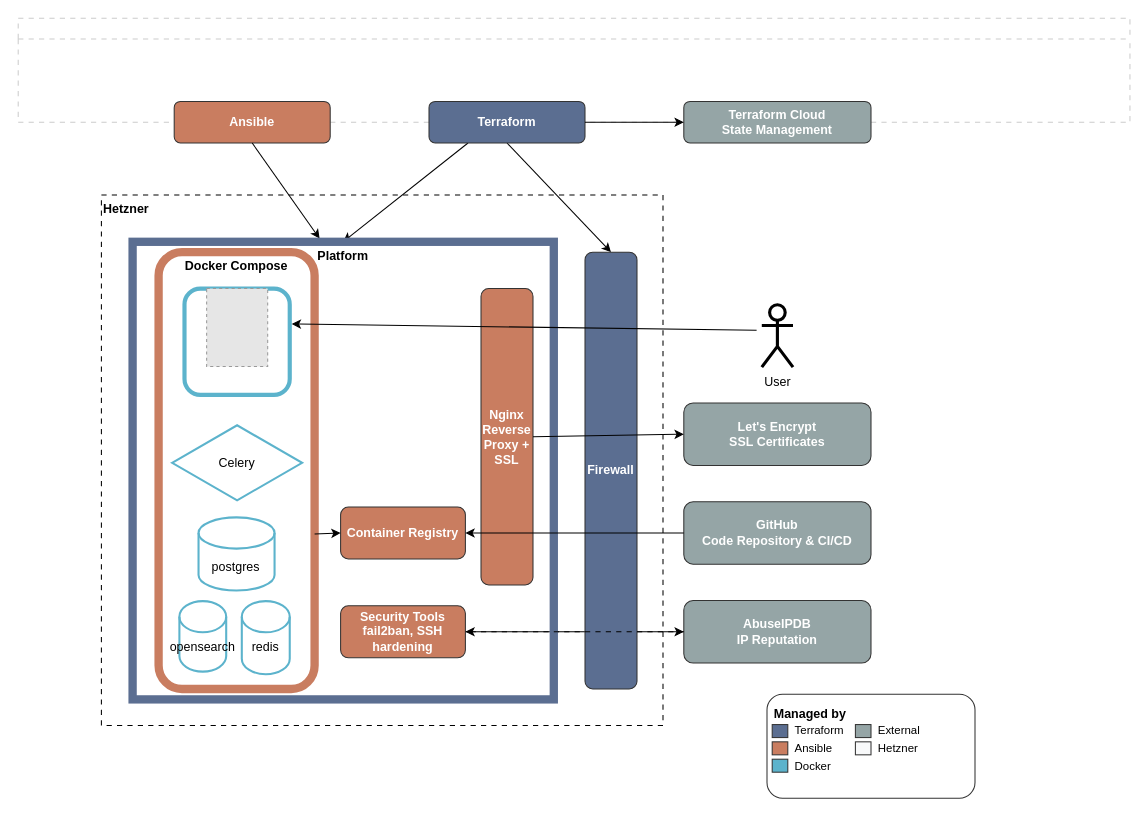
The draw.io diagram docs/architecture.drawio in rednaw/iac, before the edit. Source tidied: cells renumbered, new cells numbered last; positions are measured from the earlier drawing's top-left corner, leaving out a move shared by most shapes. Both pictures are drawn from the tidied source at 104%, with x=0, y=0 at pixel (18, 18). Pictures stored in the file or linked from it are replaced by grey dashed boxes.
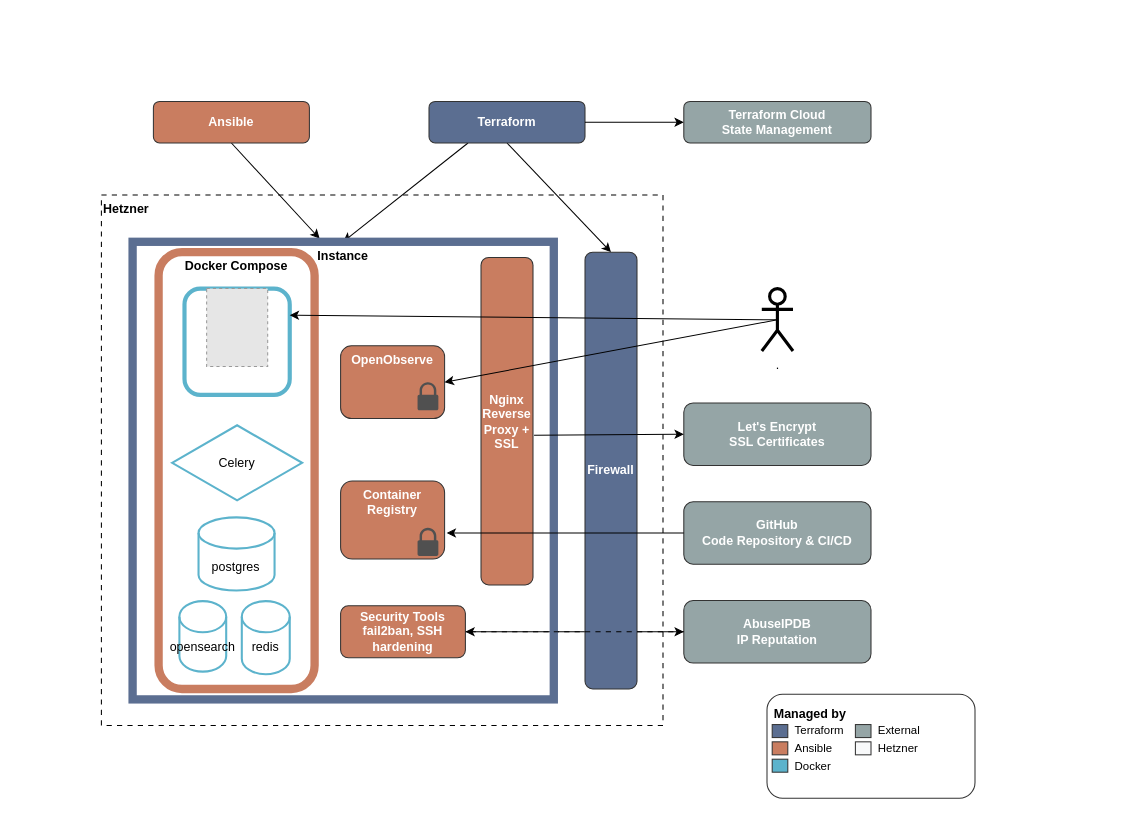
Above is the later version.

The change refers to these unchanged cells:
```xml
<mxCell id="9" value="Let's Encrypt&#10;SSL Certificates" style="rounded=1;whiteSpace=wrap;html=1;fillColor=#95A5A6;strokeColor=#333333;fontColor=#FFFFFF;fontStyle=1;" parent="1" vertex="1">
  <mxGeometry x="640" y="370" width="180" height="60" as="geometry" />
</mxCell>
<mxCell id="12" value="GitHub&#10;Code Repository &amp; CI/CD" style="rounded=1;whiteSpace=wrap;html=1;fillColor=#95A5A6;strokeColor=#333333;fontColor=#FFFFFF;fontStyle=1;" parent="1" vertex="1">
  <mxGeometry x="640" y="465" width="180" height="60" as="geometry" />
</mxCell>
<mxCell id="17" value="Docker Compose" style="rounded=1;whiteSpace=wrap;html=1;fillColor=none;strokeColor=#C97D60;fontStyle=1;strokeWidth=8;fontColor=#000000;startSize=0;horizontal=1;verticalAlign=top;" parent="16" vertex="1">
  <mxGeometry x="25" y="10" width="150" height="420" as="geometry" />
</mxCell>
<mxCell id="23" style="rounded=1;whiteSpace=wrap;html=1;fillColor=none;strokeColor=#5CB3CC;strokeWidth=4;fontColor=#FFFFFF;fontStyle=1;" parent="22" vertex="1">
  <mxGeometry width="101.2" height="102.2" as="geometry" />
</mxCell>
```

Diff of the diagram source:
```diff
@@
-    <mxCell id="2" style="swimlane;whiteSpace=wrap;html=1;fillColor=none;strokeColor=#CCCCCC;dashed=1;dashPattern=5 5;startSize=20;" parent="1" vertex="1">
-      <mxGeometry width="1069" height="100" as="geometry" />
-    </mxCell>
-    <mxCell id="3" value="Ansible" style="rounded=1;whiteSpace=wrap;html=1;fillColor=#C97D60;strokeColor=#333333;fontColor=#FFFFFF;fontStyle=1;" parent="2" vertex="1">
-      <mxGeometry x="150" y="80" width="150" height="40" as="geometry" />
-    </mxCell>
-    <mxCell id="4" value="Terraform Cloud&#10;State Management" style="rounded=1;whiteSpace=wrap;html=1;fillColor=#95A5A6;strokeColor=#333333;fontColor=#FFFFFF;fontStyle=1;" parent="2" vertex="1">
-      <mxGeometry x="640" y="80" width="180" height="40" as="geometry" />
-    </mxCell>
@@
-    <mxCell id="13" value="User&lt;br&gt;" style="shape=umlActor;verticalLabelPosition=bottom;verticalAlign=top;html=1;outlineConnect=0;strokeWidth=3;" parent="1" vertex="1">
-      <mxGeometry x="715" y="275.5" width="30" height="60" as="geometry" />
+    <mxCell id="13" value="." style="shape=umlActor;verticalLabelPosition=bottom;verticalAlign=top;html=1;outlineConnect=0;strokeWidth=3;" parent="1" vertex="1">
+      <mxGeometry x="715" y="260" width="30" height="60" as="geometry" />
     </mxCell>
@@
-    <mxCell id="16" value="Platform" style="whiteSpace=wrap;html=1;fillColor=none;strokeColor=#5B6E91;fontColor=#000000;startSize=20;strokeWidth=8;verticalAlign=top;fontStyle=1;" parent="1" vertex="1">
+    <mxCell id="16" value="Instance" style="whiteSpace=wrap;html=1;fillColor=none;strokeColor=#5B6E91;fontColor=#000000;startSize=20;strokeWidth=8;verticalAlign=top;fontStyle=1;" parent="1" vertex="1">
       <mxGeometry x="110" y="215" width="405" height="440" as="geometry" />
     </mxCell>
@@
-    <mxCell id="25" value="Container Registry" style="rounded=1;whiteSpace=wrap;html=1;fillColor=#C97D60;strokeColor=#333333;fontColor=#FFFFFF;fontStyle=1;" parent="16" vertex="1">
-      <mxGeometry x="200" y="255" width="120" height="50" as="geometry" />
+    <mxCell id="25" value="Container Registry" style="rounded=1;whiteSpace=wrap;html=1;fillColor=#C97D60;strokeColor=#333333;fontColor=#FFFFFF;fontStyle=1;verticalAlign=top;" parent="16" vertex="1">
+      <mxGeometry x="200" y="230" width="100" height="75" as="geometry" />
     </mxCell>
-    <mxCell id="26" style="endArrow=classic;html=1;rounded=0;entryX=0;entryY=0.5;entryDx=0;entryDy=0;exitX=1;exitY=0.645;exitDx=0;exitDy=0;exitPerimeter=0;" parent="16" edge="1" source="17" target="25">
-      <mxGeometry relative="1" as="geometry" />
-    </mxCell>
@@
+    <mxCell id="46" value="OpenObserve" style="rounded=1;whiteSpace=wrap;html=1;fillColor=#C97D60;strokeColor=#333333;fontColor=#FFFFFF;fontStyle=1;verticalAlign=top;" parent="16" vertex="1">
+      <mxGeometry x="200" y="100" width="100" height="70" as="geometry" />
+    </mxCell>
+    <mxCell id="47" style="sketch=0;shadow=0;dashed=0;html=1;strokeColor=none;fillColor=#505050;labelPosition=center;verticalLabelPosition=bottom;verticalAlign=top;align=center;shape=mxgraph.office.security.lock_protected;" parent="16" vertex="1">
+      <mxGeometry x="274" y="135" width="20" height="27" as="geometry" />
+    </mxCell>
+    <mxCell id="48" style="sketch=0;shadow=0;dashed=0;html=1;strokeColor=none;fillColor=#505050;labelPosition=center;verticalLabelPosition=bottom;verticalAlign=top;align=center;shape=mxgraph.office.security.lock_protected;" parent="16" vertex="1">
+      <mxGeometry x="274" y="275" width="20" height="27" as="geometry" />
+    </mxCell>
@@
     <mxCell id="29" value="Nginx&#10;Reverse Proxy + SSL" style="rounded=1;whiteSpace=wrap;html=1;fillColor=#C97D60;strokeColor=#333333;fontColor=#FFFFFF;fontStyle=1;" parent="1" vertex="1">
-      <mxGeometry x="445" y="260" width="50" height="285" as="geometry" />
+      <mxGeometry x="445" y="230" width="50" height="315" as="geometry" />
     </mxCell>
-    <mxCell id="30" style="endArrow=classic;html=1;rounded=0;entryX=1.019;entryY=0.333;entryDx=0;entryDy=0;entryPerimeter=0;" parent="1" edge="1" target="23">
-      <mxGeometry relative="1" as="geometry">
-        <mxPoint x="710" y="300" as="sourcePoint" />
-      </mxGeometry>
+    <mxCell id="30" style="endArrow=classic;html=1;rounded=0;entryX=1;entryY=0.25;entryDx=0;entryDy=0;exitX=0.5;exitY=0.5;exitDx=0;exitDy=0;exitPerimeter=0;" parent="1" edge="1" source="13" target="23">
+      <mxGeometry relative="1" as="geometry" />
     </mxCell>
-    <mxCell id="31" style="endArrow=classic;html=1;rounded=0;entryX=0;entryY=0.5;entryDx=0;entryDy=0;exitX=1;exitY=0.5;exitDx=0;exitDy=0;" parent="1" edge="1" source="29" target="9">
+    <mxCell id="31" style="endArrow=classic;html=1;rounded=0;entryX=0;entryY=0.5;entryDx=0;entryDy=0;exitX=1.02;exitY=0.543;exitDx=0;exitDy=0;exitPerimeter=0;" parent="1" edge="1" source="29" target="9">
       <mxGeometry relative="1" as="geometry" />
     </mxCell>
-    <mxCell id="32" style="endArrow=classic;html=1;rounded=0;exitX=0;exitY=0.5;exitDx=0;exitDy=0;entryX=1;entryY=0.5;entryDx=0;entryDy=0;" parent="1" edge="1" source="12" target="25">
+    <mxCell id="32" style="endArrow=classic;html=1;rounded=0;exitX=0;exitY=0.5;exitDx=0;exitDy=0;entryX=1.02;entryY=0.667;entryDx=0;entryDy=0;entryPerimeter=0;" parent="1" edge="1" source="12" target="25">
       <mxGeometry relative="1" as="geometry" />
     </mxCell>
@@
+    <mxCell id="49" style="endArrow=classic;html=1;rounded=0;entryX=1;entryY=0.5;entryDx=0;entryDy=0;exitX=0.5;exitY=0.5;exitDx=0;exitDy=0;exitPerimeter=0;" parent="1" edge="1" source="13" target="46">
+      <mxGeometry relative="1" as="geometry" />
+    </mxCell>
+    <mxCell id="3" value="Ansible" style="rounded=1;whiteSpace=wrap;html=1;fillColor=#C97D60;strokeColor=#333333;fontColor=#FFFFFF;fontStyle=1;" parent="1" vertex="1">
+      <mxGeometry x="130" y="80" width="150" height="40" as="geometry" />
+    </mxCell>
+    <mxCell id="4" value="Terraform Cloud&#10;State Management" style="rounded=1;whiteSpace=wrap;html=1;fillColor=#95A5A6;strokeColor=#333333;fontColor=#FFFFFF;fontStyle=1;" parent="1" vertex="1">
+      <mxGeometry x="640" y="80" width="180" height="40" as="geometry" />
+    </mxCell>
```
